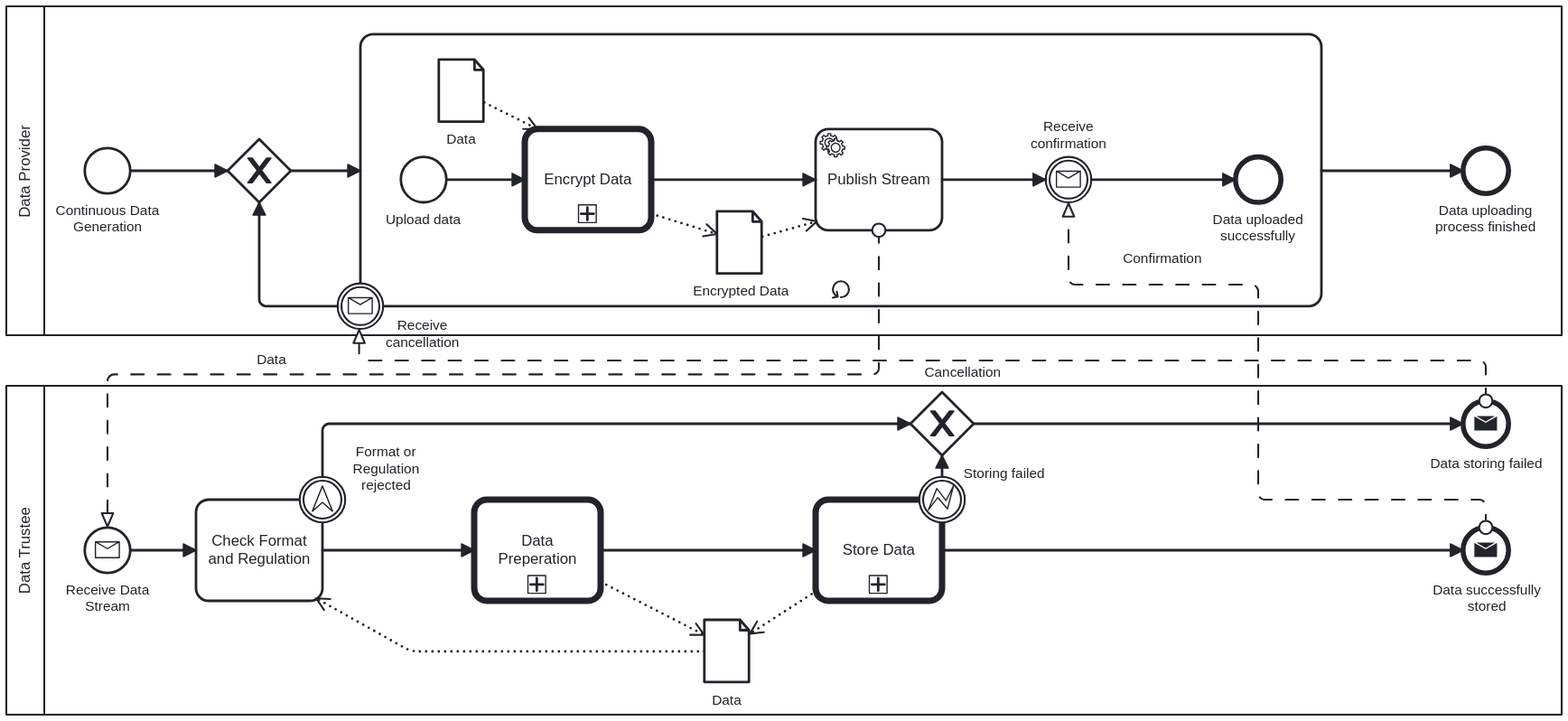
Above: Data Forwarding/Continuous_Forwarding.svg in sacdevops/Process-Patterns-for-Data-Trustees (BPMN), before the change. Its source is kept beside it as Data Forwarding/Continuous_Forwarding.bpmn. Ids are renumbered.
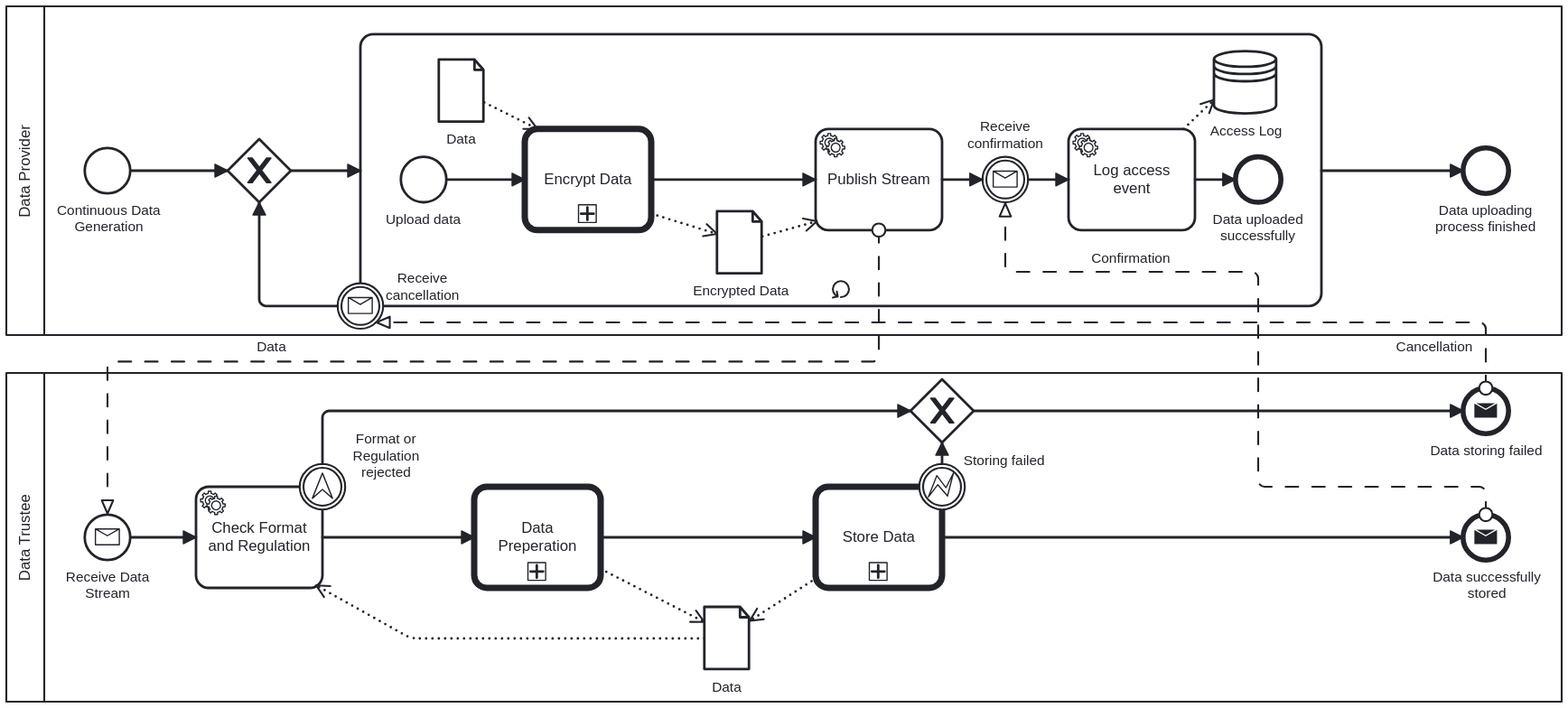
Later version of the same file.

Diff of the diagram source:
```diff
@@ -1,4 +1,4 @@
-<bpmn:definitions xmlns:bpmn="http://www.omg.org/spec/BPMN/20100524/MODEL" xmlns:bpmndi="http://www.omg.org/spec/BPMN/20100524/DI" xmlns:dc="http://www.omg.org/spec/DD/20100524/DC" xmlns:zeebe="http://camunda.org/schema/zeebe/1.0" xmlns:di="http://www.omg.org/spec/DD/20100524/DI" xmlns:modeler="http://camunda.org/schema/modeler/1.0" id="Definitions_n1" targetNamespace="http://bpmn.io/schema/bpmn" exporter="Camunda Modeler" exporterVersion="5.33.1" modeler:executionPlatform="Camunda Cloud" modeler:executionPlatformVersion="8.6.0">
+<bpmn:definitions xmlns:bpmn="http://www.omg.org/spec/BPMN/20100524/MODEL" xmlns:bpmndi="http://www.omg.org/spec/BPMN/20100524/DI" xmlns:dc="http://www.omg.org/spec/DD/20100524/DC" xmlns:zeebe="http://camunda.org/schema/zeebe/1.0" xmlns:di="http://www.omg.org/spec/DD/20100524/DI" xmlns:modeler="http://camunda.org/schema/modeler/1.0" id="Definitions_n1" targetNamespace="http://bpmn.io/schema/bpmn" exporter="Camunda Modeler" exporterVersion="5.34.0" modeler:executionPlatform="Camunda Cloud" modeler:executionPlatformVersion="8.6.0">
   <bpmn:collaboration id="Collaboration_n2" name="Upload_Data">
     <bpmn:participant id="Participant_n3" name="Data Provider" processRef="Process_hbxoyml" />
     <bpmn:participant id="Participant_n4" name="Data Trustee" processRef="Process_ynlvkdn" />
@@ -10,10 +10,6 @@
     <bpmn:startEvent id="Event_n14" name="Continuous Data Generation">
       <bpmn:outgoing>Flow_n15</bpmn:outgoing>
     </bpmn:startEvent>
-    <bpmn:sequenceFlow id="Flow_n15" sourceRef="Event_n14" targetRef="Gateway_n16" />
-    <bpmn:sequenceFlow id="Flow_n17" sourceRef="Activity_n18" targetRef="Event_n19" />
-    <bpmn:sequenceFlow id="Flow_n20" sourceRef="Event_n7" targetRef="Gateway_n16" />
-    <bpmn:sequenceFlow id="Flow_n21" sourceRef="Gateway_n16" targetRef="Activity_n18" />
     <bpmn:endEvent id="Event_n19" name="Data uploading process finished">
       <bpmn:incoming>Flow_n17</bpmn:incoming>
     </bpmn:endEvent>
@@ -51,7 +47,7 @@
       <bpmn:sequenceFlow id="Flow_n24" sourceRef="Activity_n29" targetRef="Activity_n12" />
       <bpmn:sequenceFlow id="Flow_n23" sourceRef="Event_n22" targetRef="Activity_n29" />
       <bpmn:endEvent id="Event_n34" name="Data uploaded successfully">
-        <bpmn:incoming>Flow_n35</bpmn:incoming>
+        <bpmn:incoming>Flow_n87</bpmn:incoming>
       </bpmn:endEvent>
       <bpmn:sequenceFlow id="Flow_n25" sourceRef="Activity_n12" targetRef="Event_n10" />
       <bpmn:intermediateCatchEvent id="Event_n10" name="Receive confirmation">
@@ -59,11 +55,20 @@
         <bpmn:outgoing>Flow_n35</bpmn:outgoing>
         <bpmn:messageEventDefinition id="MessageEventDefinition_n36" />
       </bpmn:intermediateCatchEvent>
-      <bpmn:sequenceFlow id="Flow_n35" sourceRef="Event_n10" targetRef="Event_n34" />
+      <bpmn:sequenceFlow id="Flow_n35" sourceRef="Event_n10" targetRef="Activity_n88" />
       <bpmn:dataObjectReference id="DataObjectReference_n32" name="Data" dataObjectRef="DataObject_n37" />
       <bpmn:dataObject id="DataObject_n37" />
       <bpmn:dataObjectReference id="DataObjectReference_n28" name="Encrypted Data" dataObjectRef="DataObject_n38" />
       <bpmn:dataObject id="DataObject_n38" />
+      <bpmn:sequenceFlow id="Flow_n87" sourceRef="Activity_n88" targetRef="Event_n34" />
+      <bpmn:serviceTask id="Activity_n88" name="Log access event">
+        <bpmn:incoming>Flow_n35</bpmn:incoming>
+        <bpmn:outgoing>Flow_n87</bpmn:outgoing>
+        <bpmn:dataOutputAssociation id="DataOutputAssociation_n89">
+          <bpmn:targetRef>DataStoreReference_n90</bpmn:targetRef>
+        </bpmn:dataOutputAssociation>
+      </bpmn:serviceTask>
+      <bpmn:dataStoreReference id="DataStoreReference_n90" name="Access Log" />
     </bpmn:subProcess>
     <bpmn:exclusiveGateway id="Gateway_n16">
       <bpmn:incoming>Flow_n15</bpmn:incoming>
@@ -74,6 +79,10 @@
       <bpmn:outgoing>Flow_n20</bpmn:outgoing>
       <bpmn:messageEventDefinition id="MessageEventDefinition_n39" />
     </bpmn:boundaryEvent>
+    <bpmn:sequenceFlow id="Flow_n15" sourceRef="Event_n14" targetRef="Gateway_n16" />
+    <bpmn:sequenceFlow id="Flow_n17" sourceRef="Activity_n18" targetRef="Event_n19" />
+    <bpmn:sequenceFlow id="Flow_n21" sourceRef="Gateway_n16" targetRef="Activity_n18" />
+    <bpmn:sequenceFlow id="Flow_n20" sourceRef="Event_n7" targetRef="Gateway_n16" />
   </bpmn:process>
   <bpmn:process id="Process_ynlvkdn" isExecutable="true">
     <bpmn:callActivity id="Activity_n40" name="Data Preperation">
@@ -90,19 +99,6 @@
       <bpmn:outgoing>Flow_n45</bpmn:outgoing>
       <bpmn:messageEventDefinition id="MessageEventDefinition_n46" />
     </bpmn:startEvent>
-    <bpmn:task id="Activity_n47" name="Check Format and Regulation">
-      <bpmn:incoming>Flow_n45</bpmn:incoming>
-      <bpmn:outgoing>Flow_n41</bpmn:outgoing>
-      <bpmn:property id="Property_n48" name="__targetRef_placeholder" />
-      <bpmn:dataInputAssociation id="DataInputAssociation_n49">
-        <bpmn:sourceRef>DataObjectReference_n44</bpmn:sourceRef>
-        <bpmn:targetRef>Property_n48</bpmn:targetRef>
-      </bpmn:dataInputAssociation>
-    </bpmn:task>
-    <bpmn:boundaryEvent id="Event_n50" name="Format or&#10;Regulation rejected" attachedToRef="Activity_n47">
-      <bpmn:outgoing>Flow_n51</bpmn:outgoing>
-      <bpmn:escalationEventDefinition id="EscalationEventDefinition_n52" />
-    </bpmn:boundaryEvent>
     <bpmn:sequenceFlow id="Flow_n51" sourceRef="Event_n50" targetRef="Gateway_n53" />
     <bpmn:sequenceFlow id="Flow_n54" sourceRef="Gateway_n53" targetRef="Event_n6" />
     <bpmn:sequenceFlow id="Flow_n55" sourceRef="Activity_n56" targetRef="Event_n9" />
@@ -139,106 +135,136 @@
     <bpmn:sequenceFlow id="Flow_n61" sourceRef="Event_n60" targetRef="Gateway_n53" />
     <bpmn:dataObjectReference id="DataObjectReference_n44" name="Data" dataObjectRef="DataObject_n63" />
     <bpmn:dataObject id="DataObject_n63" />
+    <bpmn:serviceTask id="Activity_n47" name="Check Format and Regulation">
+      <bpmn:incoming>Flow_n45</bpmn:incoming>
+      <bpmn:outgoing>Flow_n41</bpmn:outgoing>
+      <bpmn:property id="Property_n91" name="__targetRef_placeholder" />
+      <bpmn:dataInputAssociation id="DataInputAssociation_n49">
+        <bpmn:sourceRef>DataObjectReference_n44</bpmn:sourceRef>
+        <bpmn:targetRef>Property_n91</bpmn:targetRef>
+      </bpmn:dataInputAssociation>
+    </bpmn:serviceTask>
+    <bpmn:boundaryEvent id="Event_n50" name="Format or&#10;Regulation rejected" attachedToRef="Activity_n47">
+      <bpmn:outgoing>Flow_n51</bpmn:outgoing>
+      <bpmn:escalationEventDefinition id="EscalationEventDefinition_n52" />
+    </bpmn:boundaryEvent>
   </bpmn:process>
   <bpmndi:BPMNDiagram id="BPMNDiagram_1">
     <bpmndi:BPMNPlane id="BPMNPlane_1" bpmnElement="Collaboration_n2">
       <bpmndi:BPMNShape id="BPMNShape_n64" bpmnElement="Participant_n3" isHorizontal="true">
-        <dc:Bounds x="160" y="80" width="1230" height="260" />
+        <dc:Bounds x="160" y="90" width="1230" height="260" />
         <bpmndi:BPMNLabel />
       </bpmndi:BPMNShape>
       <bpmndi:BPMNShape id="BPMNShape_n65" bpmnElement="Event_n14">
-        <dc:Bounds x="222" y="192" width="36" height="36" />
+        <dc:Bounds x="222" y="202" width="36" height="36" />
         <bpmndi:BPMNLabel>
-          <dc:Bounds x="199" y="235" width="83" height="27" />
+          <dc:Bounds x="200" y="245" width="82" height="27" />
         </bpmndi:BPMNLabel>
       </bpmndi:BPMNShape>
       <bpmndi:BPMNShape id="BPMNShape_n66" bpmnElement="Event_n19">
-        <dc:Bounds x="1312" y="192" width="36" height="36" />
+        <dc:Bounds x="1312" y="202" width="36" height="36" />
         <bpmndi:BPMNLabel>
-          <dc:Bounds x="1290" y="235" width="80" height="27" />
+          <dc:Bounds x="1290" y="245" width="80" height="27" />
         </bpmndi:BPMNLabel>
       </bpmndi:BPMNShape>
-      <bpmndi:BPMNShape id="Gateway_n16_di" bpmnElement="Gateway_n16" isMarkerVisible="true">
-        <dc:Bounds x="335" y="185" width="50" height="50" />
-      </bpmndi:BPMNShape>
       <bpmndi:BPMNShape id="Activity_n18_di" bpmnElement="Activity_n18" isExpanded="true">
-        <dc:Bounds x="440" y="102" width="760" height="215" />
+        <dc:Bounds x="440" y="112" width="760" height="215" />
       </bpmndi:BPMNShape>
       <bpmndi:BPMNShape id="Event_n22_di" bpmnElement="Event_n22">
-        <dc:Bounds x="472" y="199" width="36" height="36" />
+        <dc:Bounds x="472" y="209" width="36" height="36" />
         <bpmndi:BPMNLabel>
-          <dc:Bounds x="460" y="242" width="60" height="14" />
+          <dc:Bounds x="460" y="252" width="60" height="14" />
         </bpmndi:BPMNLabel>
       </bpmndi:BPMNShape>
+      <bpmndi:BPMNShape id="BPMNShape_n67" bpmnElement="Activity_n12">
+        <dc:Bounds x="800" y="187" width="100" height="80" />
+      </bpmndi:BPMNShape>
+      <bpmndi:BPMNShape id="BPMNShape_n68" bpmnElement="Activity_n29">
+        <dc:Bounds x="570" y="187" width="100" height="80" />
+        <bpmndi:BPMNLabel />
+      </bpmndi:BPMNShape>
       <bpmndi:BPMNShape id="Event_n34_di" bpmnElement="Event_n34">
-        <dc:Bounds x="1132" y="199" width="36" height="36" />
+        <dc:Bounds x="1132" y="209" width="36" height="36" />
         <bpmndi:BPMNLabel>
-          <dc:Bounds x="1114" y="242" width="72" height="27" />
+          <dc:Bounds x="1114" y="252" width="72" height="27" />
+        </bpmndi:BPMNLabel>
+      </bpmndi:BPMNShape>
+      <bpmndi:BPMNShape id="DataObjectReference_n32_di" bpmnElement="DataObjectReference_n32">
+        <dc:Bounds x="502" y="132" width="36" height="50" />
+        <bpmndi:BPMNLabel>
+          <dc:Bounds x="508" y="189" width="24" height="14" />
+        </bpmndi:BPMNLabel>
+      </bpmndi:BPMNShape>
+      <bpmndi:BPMNShape id="DataObjectReference_n28_di" bpmnElement="DataObjectReference_n28">
+        <dc:Bounds x="722" y="252" width="36" height="50" />
+        <bpmndi:BPMNLabel>
+          <dc:Bounds x="703" y="309" width="76" height="14" />
         </bpmndi:BPMNLabel>
       </bpmndi:BPMNShape>
       <bpmndi:BPMNShape id="Event_0uune83_di" bpmnElement="Event_n10">
-        <dc:Bounds x="982" y="199" width="36" height="36" />
+        <dc:Bounds x="932" y="209" width="36" height="36" />
         <bpmndi:BPMNLabel>
-          <dc:Bounds x="970" y="169" width="60" height="27" />
+          <dc:Bounds x="920" y="179" width="60" height="27" />
         </bpmndi:BPMNLabel>
       </bpmndi:BPMNShape>
-      <bpmndi:BPMNShape id="BPMNShape_n67" bpmnElement="Activity_n12">
-        <dc:Bounds x="800" y="177" width="100" height="80" />
+      <bpmndi:BPMNShape id="Activity_1m5nad5_di" bpmnElement="Activity_n88">
+        <dc:Bounds x="1000" y="187" width="100" height="80" />
       </bpmndi:BPMNShape>
-      <bpmndi:BPMNShape id="DataObjectReference_n28_di" bpmnElement="DataObjectReference_n28">
-        <dc:Bounds x="722" y="242" width="36" height="50" />
+      <bpmndi:BPMNShape id="DataStoreReference_n90_di" bpmnElement="DataStoreReference_n90">
+        <dc:Bounds x="1115" y="125" width="50" height="50" />
         <bpmndi:BPMNLabel>
-          <dc:Bounds x="703" y="299" width="76" height="14" />
+          <dc:Bounds x="1112" y="182" width="57" height="14" />
         </bpmndi:BPMNLabel>
       </bpmndi:BPMNShape>
-      <bpmndi:BPMNShape id="BPMNShape_n68" bpmnElement="Activity_n29">
-        <dc:Bounds x="570" y="177" width="100" height="80" />
-        <bpmndi:BPMNLabel />
-      </bpmndi:BPMNShape>
-      <bpmndi:BPMNShape id="DataObjectReference_n32_di" bpmnElement="DataObjectReference_n32">
-        <dc:Bounds x="502" y="122" width="36" height="50" />
-        <bpmndi:BPMNLabel>
-          <dc:Bounds x="508" y="179" width="24" height="14" />
-        </bpmndi:BPMNLabel>
-      </bpmndi:BPMNShape>
+      <bpmndi:BPMNEdge id="BPMNEdge_n69" bpmnElement="Flow_n24">
+        <di:waypoint x="670" y="227" />
+        <di:waypoint x="800" y="227" />
+      </bpmndi:BPMNEdge>
       <bpmndi:BPMNEdge id="Flow_n23_di" bpmnElement="Flow_n23">
-        <di:waypoint x="508" y="217" />
-        <di:waypoint x="570" y="217" />
+        <di:waypoint x="508" y="227" />
+        <di:waypoint x="570" y="227" />
+      </bpmndi:BPMNEdge>
+      <bpmndi:BPMNEdge id="Flow_n25_di" bpmnElement="Flow_n25">
+        <di:waypoint x="900" y="227" />
+        <di:waypoint x="932" y="227" />
       </bpmndi:BPMNEdge>
       <bpmndi:BPMNEdge id="Flow_n35_di" bpmnElement="Flow_n35">
-        <di:waypoint x="1018" y="217" />
-        <di:waypoint x="1132" y="217" />
+        <di:waypoint x="968" y="227" />
+        <di:waypoint x="1000" y="227" />
       </bpmndi:BPMNEdge>
-      <bpmndi:BPMNEdge id="Flow_n25_di" bpmnElement="Flow_n25">
-        <di:waypoint x="900" y="217" />
-        <di:waypoint x="982" y="217" />
+      <bpmndi:BPMNEdge id="Flow_n87_di" bpmnElement="Flow_n87">
+        <di:waypoint x="1100" y="227" />
+        <di:waypoint x="1132" y="227" />
       </bpmndi:BPMNEdge>
-      <bpmndi:BPMNEdge id="BPMNEdge_n69" bpmnElement="Flow_n24">
-        <di:waypoint x="670" y="217" />
-        <di:waypoint x="800" y="217" />
+      <bpmndi:BPMNEdge id="DataOutputAssociation_n89_di" bpmnElement="DataOutputAssociation_n89">
+        <di:waypoint x="1091" y="187" />
+        <di:waypoint x="1115" y="164" />
       </bpmndi:BPMNEdge>
+      <bpmndi:BPMNShape id="Gateway_n16_di" bpmnElement="Gateway_n16" isMarkerVisible="true">
+        <dc:Bounds x="335" y="195" width="50" height="50" />
+      </bpmndi:BPMNShape>
       <bpmndi:BPMNShape id="Event_0ite4gm_di" bpmnElement="Event_n7">
-        <dc:Bounds x="422" y="299" width="36" height="36" />
+        <dc:Bounds x="422" y="309" width="36" height="36" />
         <bpmndi:BPMNLabel>
-          <dc:Bounds x="460" y="326" width="59" height="27" />
+          <dc:Bounds x="460" y="299" width="59" height="27" />
         </bpmndi:BPMNLabel>
       </bpmndi:BPMNShape>
       <bpmndi:BPMNEdge id="Flow_n15_di" bpmnElement="Flow_n15">
-        <di:waypoint x="258" y="210" />
-        <di:waypoint x="335" y="210" />
+        <di:waypoint x="258" y="220" />
+        <di:waypoint x="335" y="220" />
       </bpmndi:BPMNEdge>
       <bpmndi:BPMNEdge id="Flow_n17_di" bpmnElement="Flow_n17">
-        <di:waypoint x="1200" y="210" />
-        <di:waypoint x="1312" y="210" />
+        <di:waypoint x="1200" y="220" />
+        <di:waypoint x="1312" y="220" />
+      </bpmndi:BPMNEdge>
+      <bpmndi:BPMNEdge id="Flow_n21_di" bpmnElement="Flow_n21">
+        <di:waypoint x="385" y="220" />
+        <di:waypoint x="440" y="220" />
       </bpmndi:BPMNEdge>
       <bpmndi:BPMNEdge id="Flow_n20_di" bpmnElement="Flow_n20">
-        <di:waypoint x="422" y="317" />
-        <di:waypoint x="360" y="317" />
-        <di:waypoint x="360" y="235" />
-      </bpmndi:BPMNEdge>
-      <bpmndi:BPMNEdge id="Flow_n21_di" bpmnElement="Flow_n21">
-        <di:waypoint x="385" y="210" />
-        <di:waypoint x="440" y="210" />
+        <di:waypoint x="422" y="327" />
+        <di:waypoint x="360" y="327" />
+        <di:waypoint x="360" y="245" />
       </bpmndi:BPMNEdge>
       <bpmndi:BPMNShape id="BPMNShape_n70" bpmnElement="Participant_n4" isHorizontal="true">
         <dc:Bounds x="160" y="380" width="1230" height="260" />
@@ -253,10 +279,6 @@
         <bpmndi:BPMNLabel>
           <dc:Bounds x="207" y="535" width="67" height="27" />
         </bpmndi:BPMNLabel>
-      </bpmndi:BPMNShape>
-      <bpmndi:BPMNShape id="BPMNShape_n73" bpmnElement="Activity_n47">
-        <dc:Bounds x="310" y="470" width="100" height="80" />
-        <bpmndi:BPMNLabel />
       </bpmndi:BPMNShape>
       <bpmndi:BPMNShape id="BPMNShape_n74" bpmnElement="Event_n9">
         <dc:Bounds x="1312" y="492" width="36" height="36" />
@@ -282,6 +304,9 @@
         <bpmndi:BPMNLabel>
           <dc:Bounds x="718" y="622" width="24" height="14" />
         </bpmndi:BPMNLabel>
+      </bpmndi:BPMNShape>
+      <bpmndi:BPMNShape id="Activity_0snayig_di" bpmnElement="Activity_n47">
+        <dc:Bounds x="310" y="470" width="100" height="80" />
       </bpmndi:BPMNShape>
       <bpmndi:BPMNShape id="Event_0xqtkjy_di" bpmnElement="Event_n50">
         <dc:Bounds x="392" y="452" width="36" height="36" />
@@ -324,8 +349,52 @@
         <di:waypoint x="900" y="452" />
         <di:waypoint x="900" y="435" />
       </bpmndi:BPMNEdge>
+      <bpmndi:BPMNEdge id="DataInputAssociation_n27_di" bpmnElement="DataInputAssociation_n27">
+        <di:waypoint x="758" y="272" />
+        <di:waypoint x="801" y="260" />
+      </bpmndi:BPMNEdge>
+      <bpmndi:BPMNEdge id="DataInputAssociation_n31_di" bpmnElement="DataInputAssociation_n31">
+        <di:waypoint x="538" y="166" />
+        <di:waypoint x="580" y="187" />
+      </bpmndi:BPMNEdge>
+      <bpmndi:BPMNEdge id="DataOutputAssociation_n33_di" bpmnElement="DataOutputAssociation_n33">
+        <di:waypoint x="670" y="254" />
+        <di:waypoint x="722" y="270" />
+      </bpmndi:BPMNEdge>
+      <bpmndi:BPMNEdge id="BPMNEdge_n85" bpmnElement="DataOutputAssociation_n43">
+        <di:waypoint x="630" y="535" />
+        <di:waypoint x="712" y="577" />
+      </bpmndi:BPMNEdge>
+      <bpmndi:BPMNEdge id="BPMNEdge_n84" bpmnElement="DataOutputAssociation_n59">
+        <di:waypoint x="801" y="542" />
+        <di:waypoint x="748" y="576" />
+      </bpmndi:BPMNEdge>
+      <bpmndi:BPMNEdge id="BPMNEdge_n86" bpmnElement="DataInputAssociation_n49">
+        <di:waypoint x="712" y="590" />
+        <di:waypoint x="480" y="590" />
+        <di:waypoint x="405" y="548" />
+      </bpmndi:BPMNEdge>
+      <bpmndi:BPMNEdge id="Flow_n5_di" bpmnElement="Flow_n5">
+        <di:waypoint x="1330" y="392" />
+        <di:waypoint x="1330" y="340" />
+        <di:waypoint x="452" y="340" />
+        <bpmndi:BPMNLabel>
+          <dc:Bounds x="1259" y="353" width="61" height="14" />
+        </bpmndi:BPMNLabel>
+      </bpmndi:BPMNEdge>
+      <bpmndi:BPMNEdge id="Flow_n8_di" bpmnElement="Flow_n8">
+        <di:waypoint x="1330" y="492" />
+        <di:waypoint x="1330" y="470" />
+        <di:waypoint x="1150" y="470" />
+        <di:waypoint x="1150" y="300" />
+        <di:waypoint x="950" y="300" />
+        <di:waypoint x="950" y="245" />
+        <bpmndi:BPMNLabel>
+          <dc:Bounds x="1018" y="283" width="63" height="14" />
+        </bpmndi:BPMNLabel>
+      </bpmndi:BPMNEdge>
       <bpmndi:BPMNEdge id="Flow_n11_di" bpmnElement="Flow_n11">
-        <di:waypoint x="850" y="257" />
+        <di:waypoint x="850" y="267" />
         <di:waypoint x="850" y="371" />
         <di:waypoint x="240" y="371" />
         <di:waypoint x="240" y="492" />
@@ -333,51 +402,6 @@
           <dc:Bounds x="358" y="353" width="24" height="14" />
         </bpmndi:BPMNLabel>
       </bpmndi:BPMNEdge>
-      <bpmndi:BPMNEdge id="Flow_n8_di" bpmnElement="Flow_n8">
-        <di:waypoint x="1330" y="492" />
-        <di:waypoint x="1330" y="470" />
-        <di:waypoint x="1150" y="470" />
-        <di:waypoint x="1150" y="300" />
-        <di:waypoint x="1000" y="300" />
-        <di:waypoint x="1000" y="235" />
-        <bpmndi:BPMNLabel>
-          <dc:Bounds x="1043" y="273" width="63" height="14" />
-        </bpmndi:BPMNLabel>
-      </bpmndi:BPMNEdge>
-      <bpmndi:BPMNEdge id="Flow_n5_di" bpmnElement="Flow_n5">
-        <di:waypoint x="1330" y="392" />
-        <di:waypoint x="1330" y="360" />
-        <di:waypoint x="439" y="360" />
-        <di:waypoint x="439" y="335" />
-        <bpmndi:BPMNLabel>
-          <dc:Bounds x="886" y="363" width="61" height="14" />
-        </bpmndi:BPMNLabel>
-      </bpmndi:BPMNEdge>
-      <bpmndi:BPMNEdge id="BPMNEdge_n84" bpmnElement="DataOutputAssociation_n59">
-        <di:waypoint x="801" y="542" />
-        <di:waypoint x="748" y="576" />
-      </bpmndi:BPMNEdge>
-      <bpmndi:BPMNEdge id="BPMNEdge_n85" bpmnElement="DataOutputAssociation_n43">
-        <di:waypoint x="630" y="535" />
-        <di:waypoint x="712" y="577" />
-      </bpmndi:BPMNEdge>
-      <bpmndi:BPMNEdge id="BPMNEdge_n86" bpmnElement="DataInputAssociation_n49">
-        <di:waypoint x="712" y="590" />
-        <di:waypoint x="480" y="590" />
-        <di:waypoint x="405" y="548" />
-      </bpmndi:BPMNEdge>
-      <bpmndi:BPMNEdge id="DataInputAssociation_n27_di" bpmnElement="DataInputAssociation_n27">
-        <di:waypoint x="758" y="262" />
-        <di:waypoint x="801" y="250" />
-      </bpmndi:BPMNEdge>
-      <bpmndi:BPMNEdge id="DataOutputAssociation_n33_di" bpmnElement="DataOutputAssociation_n33">
-        <di:waypoint x="670" y="244" />
-        <di:waypoint x="722" y="260" />
-      </bpmndi:BPMNEdge>
-      <bpmndi:BPMNEdge id="DataInputAssociation_n31_di" bpmnElement="DataInputAssociation_n31">
-        <di:waypoint x="538" y="156" />
-        <di:waypoint x="580" y="177" />
-      </bpmndi:BPMNEdge>
     </bpmndi:BPMNPlane>
   </bpmndi:BPMNDiagram>
 </bpmn:definitions>
```
